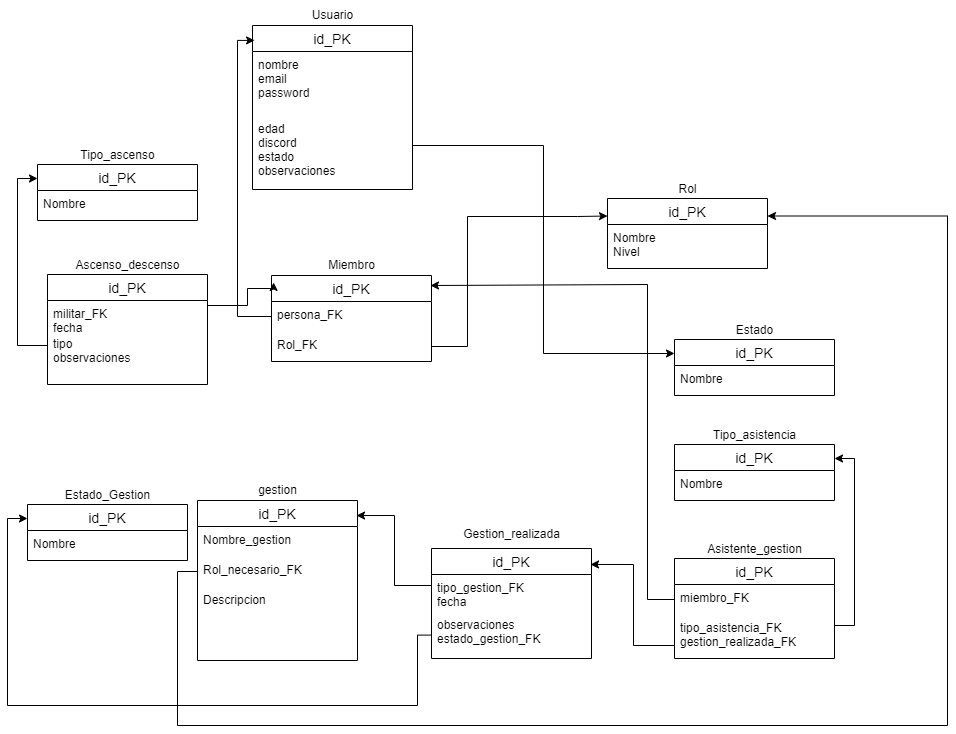
manny1909/sistema-gestion-SAFA keeps this draw.io diagram as src/assets/diagrams/BD SAFA System.drawio.png. Above is the earlier version. Source tidied: cells renumbered, new cells last; positions are measured from the earlier drawing's top-left corner, leaving out a move shared by most shapes.
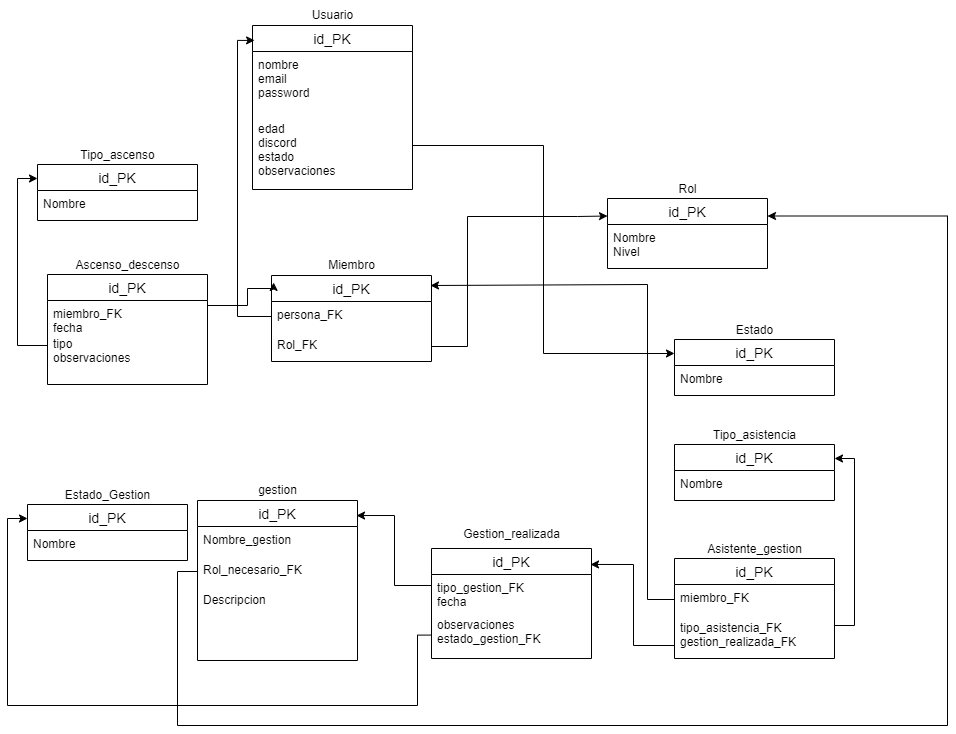
After the change.

Diff of the diagram source:
```diff
@@ -122,7 +122,7 @@
     <mxCell id="41" value="id_PK" style="swimlane;fontStyle=0;horizontal=1;startSize=26;align=center;fontSize=14;" parent="40" vertex="1">
       <mxGeometry y="19" width="160" height="110" as="geometry" />
     </mxCell>
-    <mxCell id="42" value="militar_FK&#10;fecha" style="text;strokeColor=none;fillColor=none;spacingLeft=4;spacingRight=4;overflow=hidden;points=[[0,0.5],[1,0.5]];portConstraint=eastwest;fontSize=12;" parent="41" vertex="1">
+    <mxCell id="42" value="miembro_FK&#10;fecha" style="text;strokeColor=none;fillColor=none;spacingLeft=4;spacingRight=4;overflow=hidden;points=[[0,0.5],[1,0.5]];portConstraint=eastwest;fontSize=12;" parent="41" vertex="1">
       <mxGeometry y="26" width="160" height="30" as="geometry" />
     </mxCell>
     <mxCell id="43" value="tipo&#10;observaciones" style="text;strokeColor=none;fillColor=none;spacingLeft=4;spacingRight=4;overflow=hidden;points=[[0,0.5],[1,0.5]];portConstraint=eastwest;fontSize=12;" parent="41" vertex="1">
```
